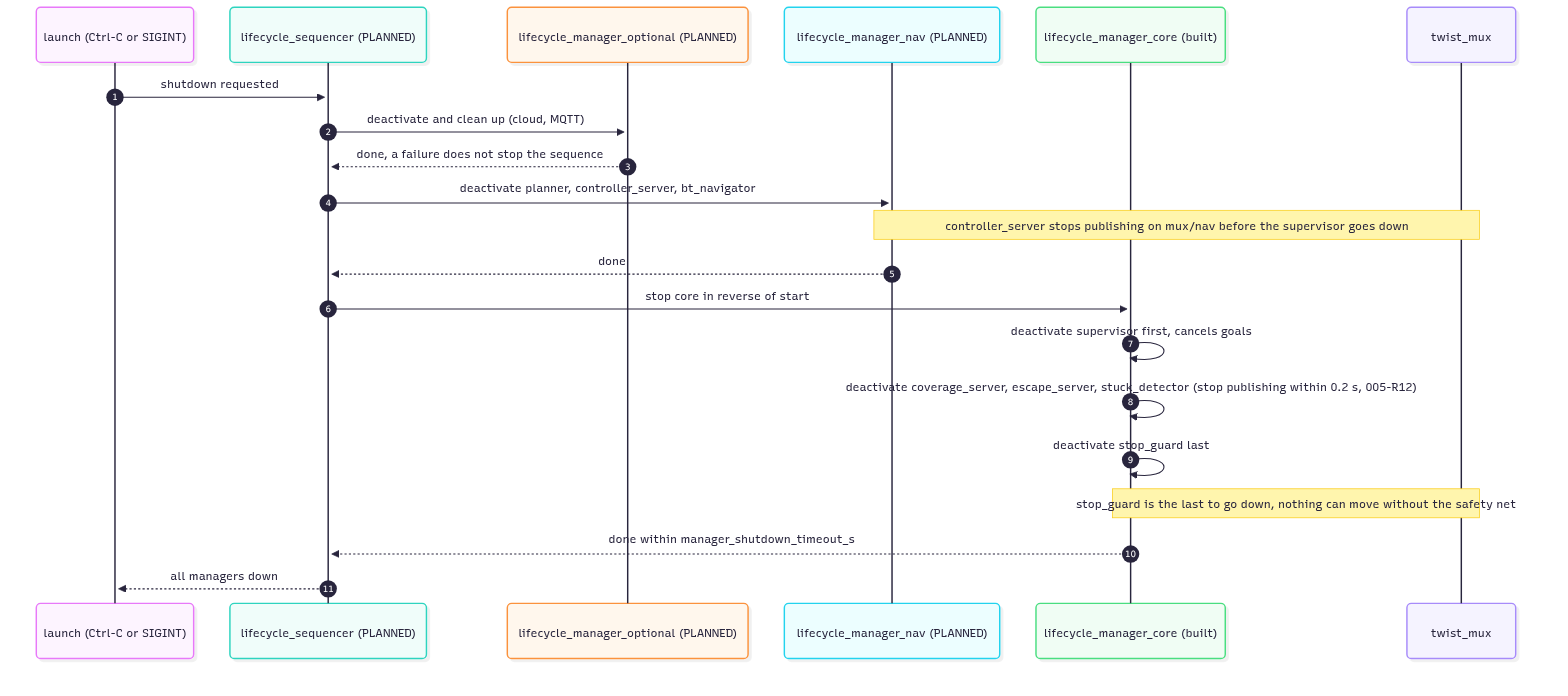
The Mermaid diagram docs/diagrams/render/built-so-far-seq5-shutdown.png in Rodolfodc/kuberostics, before a commit. Its source is kept beside it as docs/diagrams/built-so-far-seq5-shutdown.mmd.
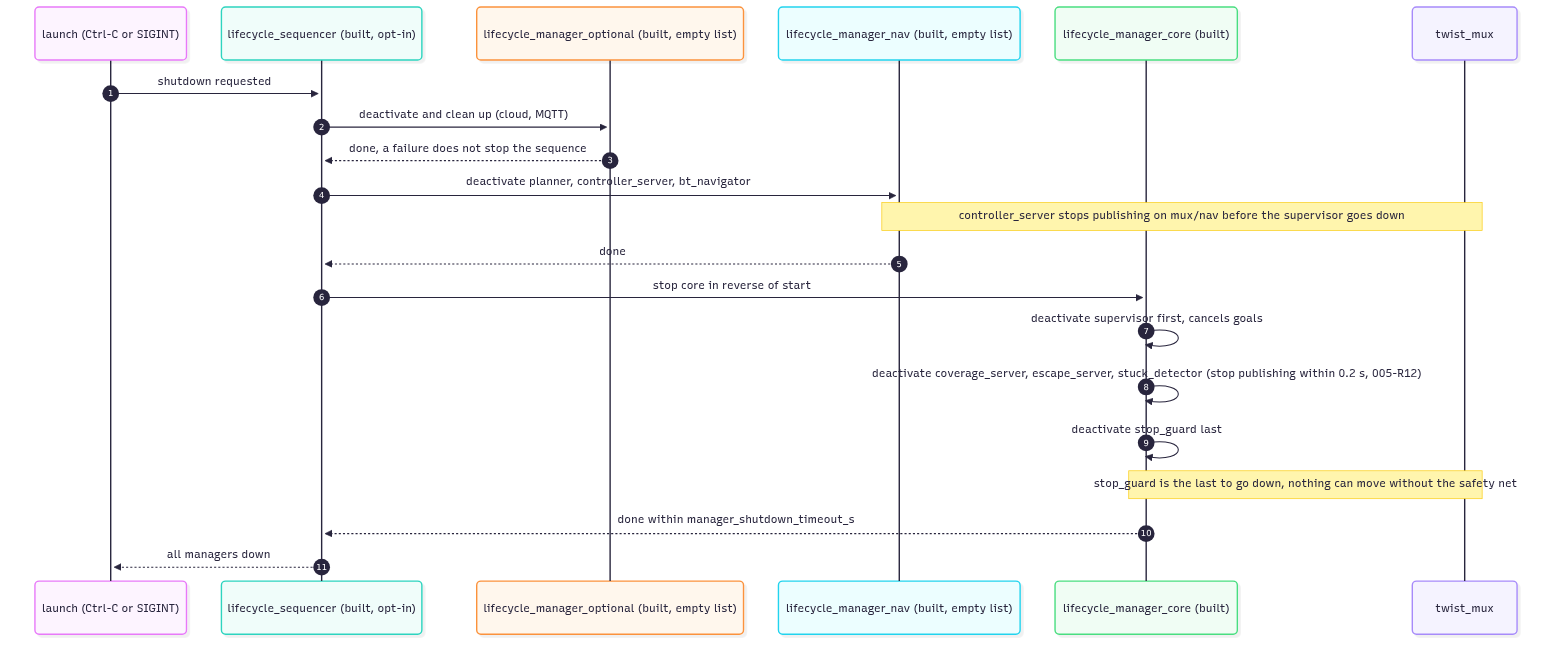
Above is the later version.

Diff of the diagram source:
```diff
@@ -1,9 +1,9 @@
 sequenceDiagram
   autonumber
   participant L as launch (Ctrl-C or SIGINT)
-  participant SQ as lifecycle_sequencer (PLANNED)
-  participant OP as lifecycle_manager_optional (PLANNED)
-  participant NV as lifecycle_manager_nav (PLANNED)
+  participant SQ as lifecycle_sequencer (built, opt-in)
+  participant OP as lifecycle_manager_optional (built, empty list)
+  participant NV as lifecycle_manager_nav (built, empty list)
   participant CO as lifecycle_manager_core (built)
   participant M as twist_mux
 
```
